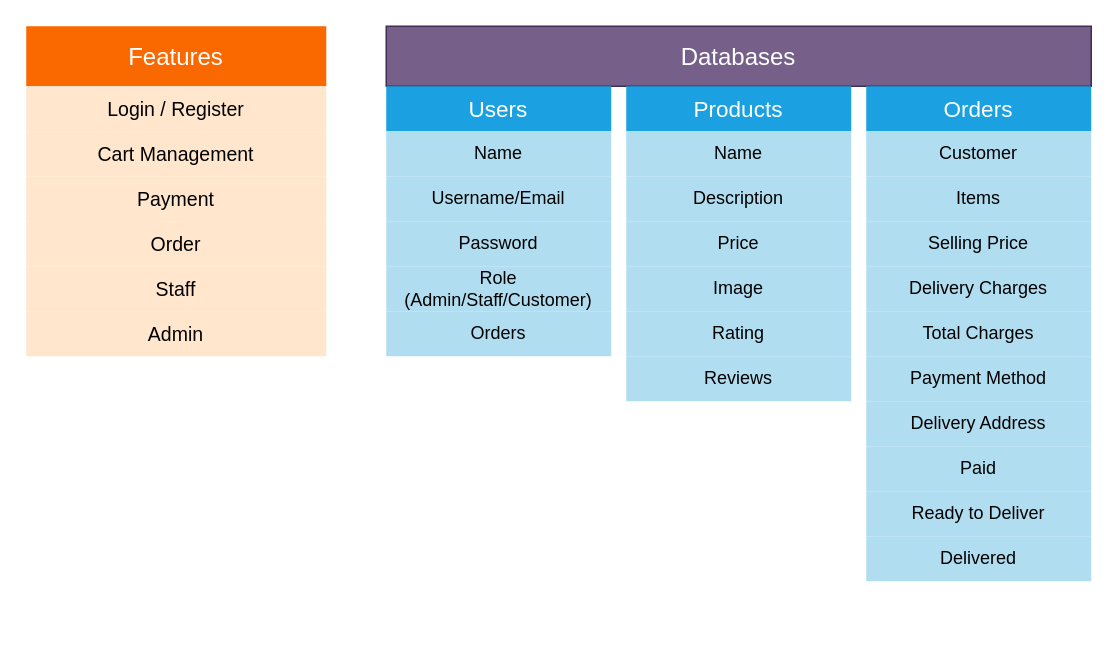
This is page "Database" (1 of 3) of Food Ordering Website (Fiverr).drawio from waqas-ahmd/drawio-charts, a draw.io file, before an edit. Source tidied: cells renumbered, new cells numbered last; positions are measured from the earlier drawing's top-left corner, leaving out a move shared by most shapes. Both pictures are drawn from the tidied source at 150%, with x=0, y=0 at pixel (26, 26).
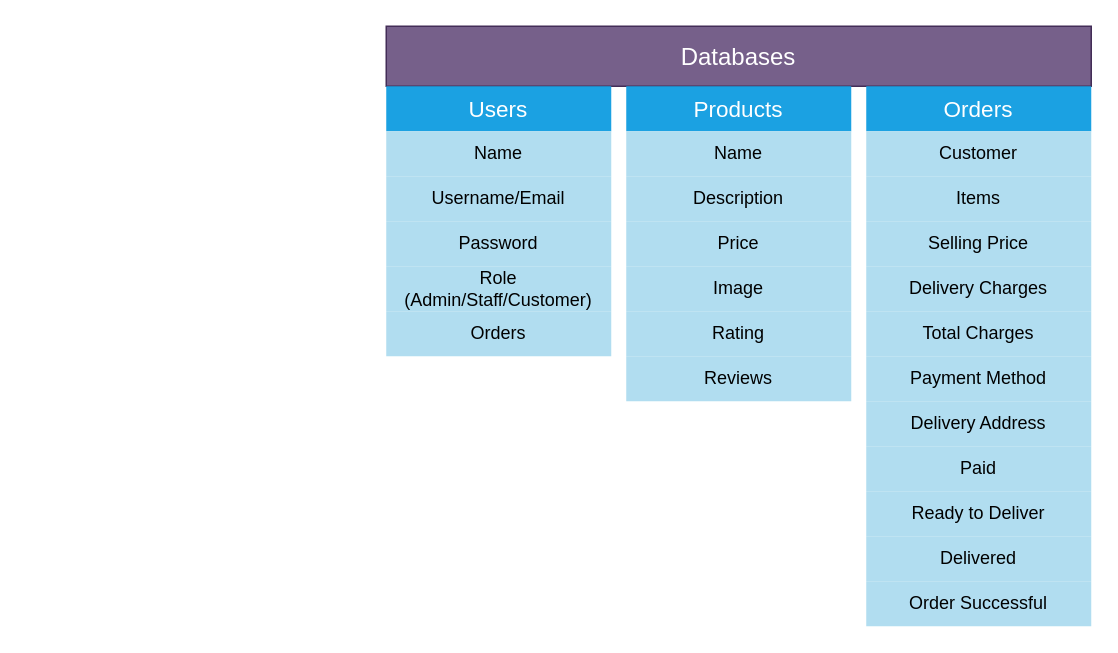
Above is the later version.

Diff of the diagram source:
```diff
@@
-    <mxCell id="2" value="&lt;font style=&quot;font-size: 16px;&quot;&gt;Features&lt;/font&gt;" style="rounded=0;whiteSpace=wrap;html=1;glass=0;fillColor=#fa6800;fontColor=#ffffff;fontSize=16;strokeColor=none;" parent="1" vertex="1">
-      <mxGeometry width="200" height="40" as="geometry" />
-    </mxCell>
-    <mxCell id="3" value="&lt;font style=&quot;font-size: 13px&quot;&gt;Login / Register&lt;/font&gt;" style="rounded=0;whiteSpace=wrap;html=1;glass=0;fillColor=#ffe6cc;strokeColor=none;" parent="1" vertex="1">
-      <mxGeometry y="40" width="200" height="30" as="geometry" />
-    </mxCell>
-    <mxCell id="4" value="&lt;font style=&quot;font-size: 13px&quot;&gt;Cart Management&lt;/font&gt;" style="rounded=0;whiteSpace=wrap;html=1;glass=0;fillColor=#ffe6cc;strokeColor=none;" parent="1" vertex="1">
-      <mxGeometry y="70" width="200" height="30" as="geometry" />
-    </mxCell>
-    <mxCell id="5" value="&lt;font style=&quot;font-size: 13px&quot;&gt;Payment&lt;/font&gt;" style="rounded=0;whiteSpace=wrap;html=1;glass=0;fillColor=#ffe6cc;strokeColor=none;" parent="1" vertex="1">
-      <mxGeometry y="100" width="200" height="30" as="geometry" />
-    </mxCell>
-    <mxCell id="6" value="&lt;font style=&quot;font-size: 13px&quot;&gt;Order&lt;/font&gt;" style="rounded=0;whiteSpace=wrap;html=1;glass=0;fillColor=#ffe6cc;strokeColor=none;" parent="1" vertex="1">
-      <mxGeometry y="130" width="200" height="30" as="geometry" />
-    </mxCell>
-    <mxCell id="7" value="&lt;font style=&quot;font-size: 13px&quot;&gt;Admin&lt;/font&gt;" style="rounded=0;whiteSpace=wrap;html=1;glass=0;fillColor=#ffe6cc;strokeColor=none;" parent="1" vertex="1">
-      <mxGeometry y="190" width="200" height="30" as="geometry" />
-    </mxCell>
-    <mxCell id="8" value="&lt;font style=&quot;font-size: 13px&quot;&gt;Staff&lt;/font&gt;" style="rounded=0;whiteSpace=wrap;html=1;glass=0;fillColor=#ffe6cc;strokeColor=none;" parent="1" vertex="1">
-      <mxGeometry y="160" width="200" height="30" as="geometry" />
-    </mxCell>
@@
+    <mxCell id="34" value="Order Successful" style="rounded=0;whiteSpace=wrap;html=1;glass=0;fontSize=12;fillColor=#b1ddf0;strokeColor=none;" parent="1" vertex="1">
+      <mxGeometry x="560" y="370" width="150" height="30" as="geometry" />
+    </mxCell>
```
